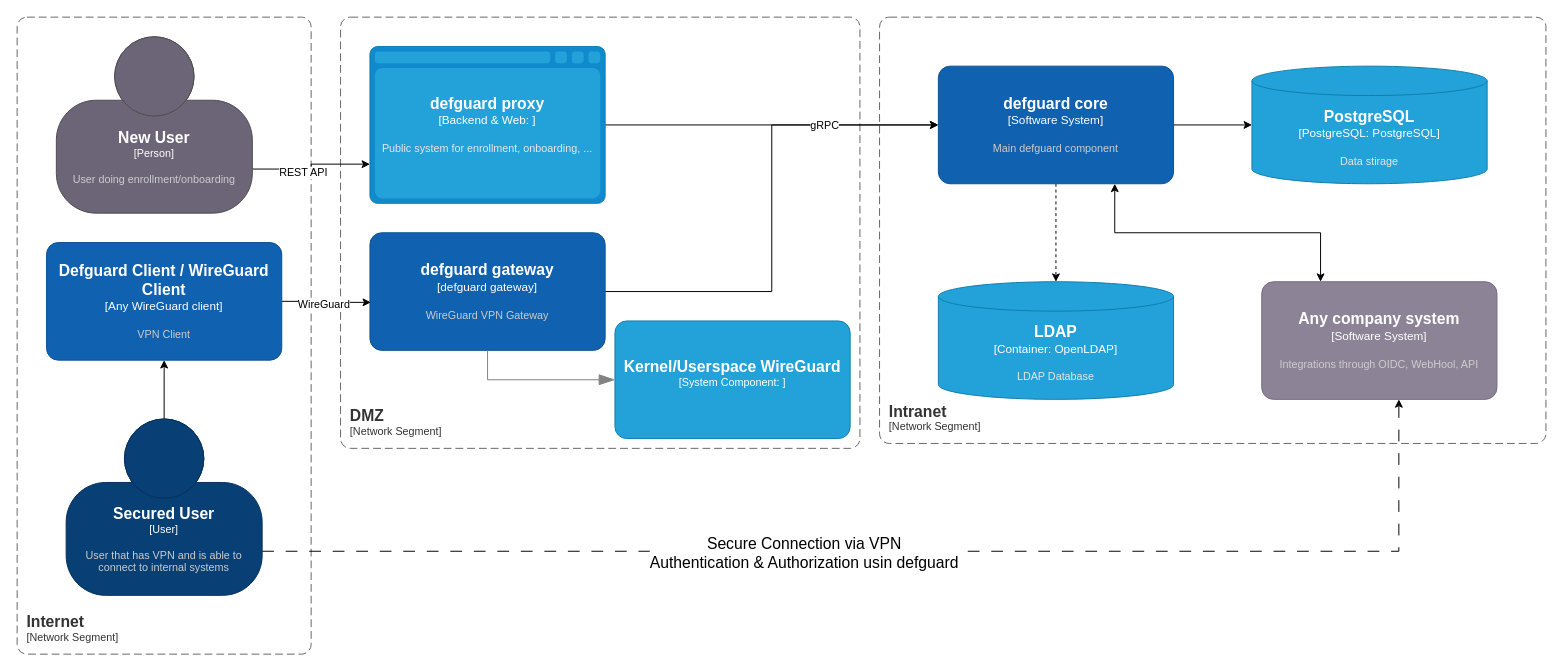
Before: in-depth/defguard.drawio in DefGuard/docs, a draw.io diagram. Source tidied: cells renumbered, new cells numbered last; positions are measured from the earlier drawing's top-left corner, leaving out a move shared by most shapes. Both pictures are drawn from the tidied source at 98%, with x=0, y=0 at pixel (17, 17).
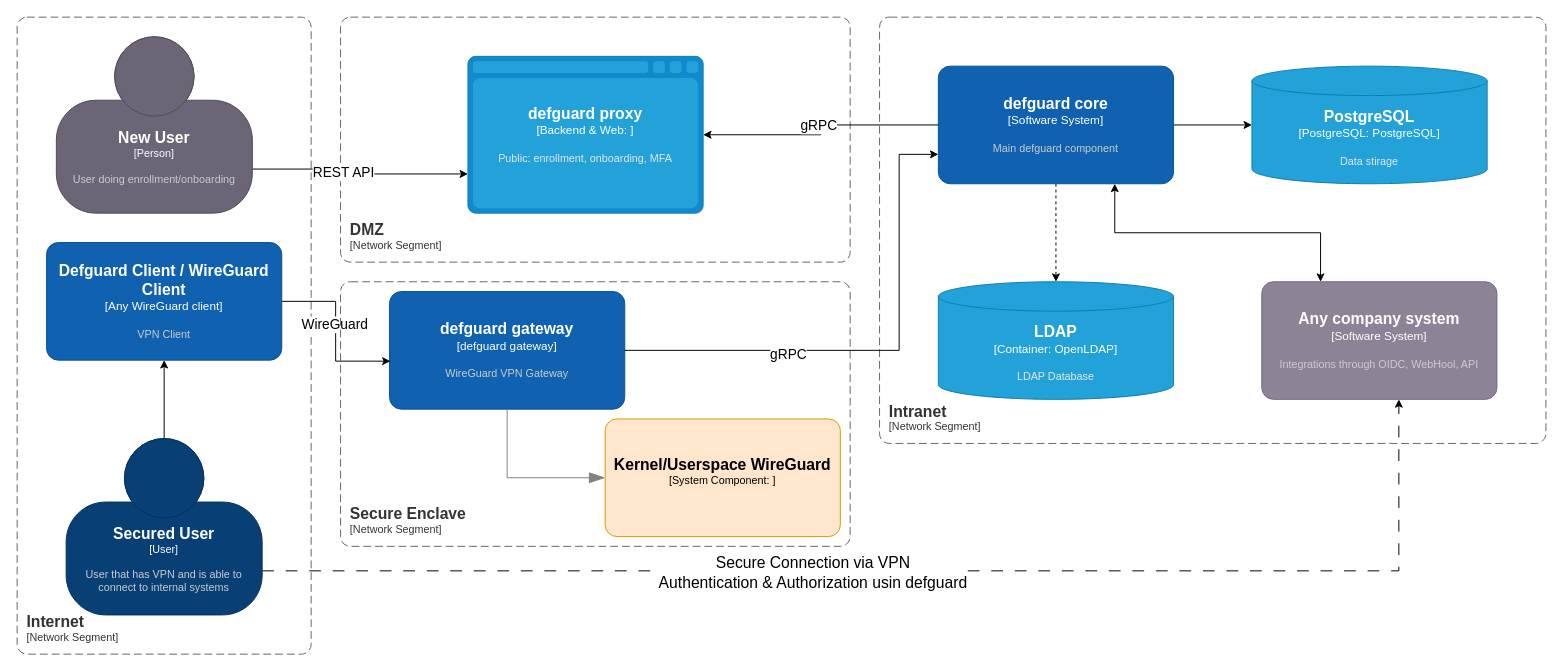
Above is the later version.

The change refers to these unchanged cells:
```xml
<object id="5" label="&lt;font style=&quot;font-size: 16px&quot;&gt;&lt;b&gt;%c4Name%&lt;/b&gt;&lt;/font&gt;&lt;div&gt;[%c4Type%]&lt;/div&gt;&lt;br&gt;&lt;div&gt;&lt;font style=&quot;font-size: 11px&quot;&gt;&lt;font color=&quot;#cccccc&quot;&gt;%c4Description%&lt;/font&gt;&lt;/div&gt;" c4Description="Main defguard component" c4Name="defguard core" c4Type="Software System" placeholders="1">
  <mxCell style="rounded=1;whiteSpace=wrap;html=1;labelBackgroundColor=none;fillColor=#1061B0;fontColor=#ffffff;align=center;arcSize=10;strokeColor=#0D5091;points=[[0.25,0,0],[0.5,0,0],[0.75,0,0],[1,0.25,0],[1,0.5,0],[1,0.75,0],[0.75,1,0],[0.5,1,0],[0.25,1,0],[0,0.75,0],[0,0.5,0],[0,0.25,0]];" parent="1" vertex="1">
    <mxGeometry x="940" y="50" width="240" height="120" as="geometry" />
  </mxCell>
</object>
<mxCell id="20" style="edgeStyle=orthogonalEdgeStyle;rounded=0;jettySize=auto;html=1;exitX=1;exitY=0.5;exitDx=0;exitDy=0;exitPerimeter=0;entryX=0.004;entryY=0.592;entryDx=0;entryDy=0;entryPerimeter=0;" parent="1" edge="1" source="22" target="14">
  <mxGeometry relative="1" as="geometry" />
</mxCell>
<mxCell id="23" style="edgeStyle=orthogonalEdgeStyle;rounded=0;jettySize=auto;html=1;exitX=1;exitY=0.75;exitDx=0;exitDy=0;exitPerimeter=0;entryX=0;entryY=0.75;entryDx=0;entryDy=0;entryPerimeter=0;" parent="1" edge="1" source="25" target="10">
  <mxGeometry relative="1" as="geometry" />
</mxCell>
```

What changed in the source:
```diff
@@
     <object id="8" label="&lt;font style=&quot;font-size: 16px&quot;&gt;&lt;b&gt;&lt;div style=&quot;text-align: left&quot;&gt;%c4Name%&lt;/div&gt;&lt;/b&gt;&lt;/font&gt;&lt;div style=&quot;text-align: left&quot;&gt;[%c4Application%]&lt;/div&gt;" c4Application="Network Segment" c4Name="DMZ" placeholders="1">
       <mxCell style="rounded=1;fontSize=11;whiteSpace=wrap;html=1;dashed=1;arcSize=20;fillColor=none;strokeColor=#666666;fontColor=#333333;labelBackgroundColor=none;align=left;verticalAlign=bottom;labelBorderColor=none;spacingTop=0;spacing=10;dashPattern=8 4;perimeter=rectanglePerimeter;noLabel=0;labelPadding=0;absoluteArcSize=1;" parent="1" vertex="1">
-        <mxGeometry x="330" width="530" height="440" as="geometry" />
+        <mxGeometry x="330" width="520" height="250" as="geometry" />
       </mxCell>
     </object>
-    <mxCell id="9" style="edgeStyle=orthogonalEdgeStyle;rounded=0;jettySize=auto;html=1;entryX=0;entryY=0.5;entryDx=0;entryDy=0;entryPerimeter=0;" parent="1" edge="1" source="10" target="5">
-      <mxGeometry relative="1" as="geometry" />
-    </mxCell>
-    <object id="10" label="&lt;font style=&quot;font-size: 16px&quot;&gt;&lt;b&gt;%c4Type%&lt;/b&gt;&lt;/font&gt;&lt;div&gt;[%c4Container%:&amp;nbsp;%c4Technology%]&lt;/div&gt;&lt;br&gt;&lt;div&gt;&lt;font style=&quot;font-size: 11px&quot;&gt;&lt;font color=&quot;#E6E6E6&quot;&gt;%c4Description%&lt;/font&gt;&lt;/div&gt;" c4Container="Backend &amp; Web" c4Description="Public system for enrollment, onboarding, ..." c4Technology="" c4Type="defguard proxy" placeholders="1">
+    <object id="10" label="&lt;font style=&quot;font-size: 16px&quot;&gt;&lt;b&gt;%c4Type%&lt;/b&gt;&lt;/font&gt;&lt;div&gt;[%c4Container%:&amp;nbsp;%c4Technology%]&lt;/div&gt;&lt;br&gt;&lt;div&gt;&lt;font style=&quot;font-size: 11px&quot;&gt;&lt;font color=&quot;#E6E6E6&quot;&gt;%c4Description%&lt;/font&gt;&lt;/div&gt;" c4Container="Backend &amp; Web" c4Description="Public: enrollment, onboarding, MFA" c4Technology="" c4Type="defguard proxy" placeholders="1">
       <mxCell style="shape=mxgraph.c4.webBrowserContainer2;whiteSpace=wrap;html=1;boundedLbl=1;rounded=0;labelBackgroundColor=none;strokeColor=#118ACD;fillColor=#23A2D9;strokeColor=#118ACD;strokeColor2=#0E7DAD;fontSize=12;fontColor=#ffffff;align=center;points=[[0.5,0,0],[1,0.25,0],[1,0.5,0],[1,0.75,0],[0.5,1,0],[0,0.75,0],[0,0.5,0],[0,0.25,0]];" parent="1" vertex="1">
-        <mxGeometry x="360" y="30" width="240" height="160" as="geometry" />
+        <mxGeometry x="460" y="40" width="240" height="160" as="geometry" />
       </mxCell>
     </object>
@@
-    <mxCell id="12" style="edgeStyle=orthogonalEdgeStyle;rounded=0;jettySize=auto;html=1;exitX=1;exitY=0.5;exitDx=0;exitDy=0;exitPerimeter=0;entryX=0;entryY=0.5;entryDx=0;entryDy=0;entryPerimeter=0;" parent="1" edge="1" source="14" target="5">
-      <mxGeometry relative="1" as="geometry" />
-    </mxCell>
-    <mxCell id="13" value="gRPC" style="edgeLabel;html=1;align=center;verticalAlign=middle;" parent="12" vertex="1">
-      <mxGeometry x="0.54" relative="1" as="geometry" />
-    </mxCell>
     <object id="14" label="&lt;font style=&quot;font-size: 16px&quot;&gt;&lt;b&gt;%c4Name%&lt;/b&gt;&lt;/font&gt;&lt;div&gt;[%c4Type%]&lt;/div&gt;&lt;br&gt;&lt;div&gt;&lt;font style=&quot;font-size: 11px&quot;&gt;&lt;font color=&quot;#cccccc&quot;&gt;%c4Description%&lt;/font&gt;&lt;/div&gt;" c4Description="WireGuard VPN Gateway" c4Name="defguard gateway" c4Type="defguard gateway" placeholders="1">
       <mxCell style="rounded=1;whiteSpace=wrap;html=1;labelBackgroundColor=none;fillColor=#1061B0;fontColor=#ffffff;align=center;arcSize=10;strokeColor=#0D5091;points=[[0.25,0,0],[0.5,0,0],[0.75,0,0],[1,0.25,0],[1,0.5,0],[1,0.75,0],[0.75,1,0],[0.5,1,0],[0.25,1,0],[0,0.75,0],[0,0.5,0],[0,0.25,0]];" parent="1" vertex="1">
-        <mxGeometry x="360" y="220" width="240" height="120" as="geometry" />
+        <mxGeometry x="380" y="280" width="240" height="120" as="geometry" />
       </mxCell>
     </object>
     <object id="15" label="&lt;font style=&quot;font-size: 16px&quot;&gt;&lt;b&gt;%c4Name%&lt;/b&gt;&lt;/font&gt;&lt;div&gt;[%c4Type%: %c4Technology%]&lt;/div&gt;&lt;br&gt;&lt;div&gt;&lt;font style=&quot;font-size: 11px&quot;&gt;&lt;font color=&quot;#E6E6E6&quot;&gt;%c4Description%&lt;/font&gt;&lt;/div&gt;" c4Description="" c4Name="Kernel/Userspace WireGuard" c4Technology="" c4Type="System Component" placeholders="1">
-      <mxCell style="rounded=1;whiteSpace=wrap;html=1;fontSize=11;labelBackgroundColor=none;fillColor=#23A2D9;fontColor=#ffffff;align=center;arcSize=10;strokeColor=#0E7DAD;points=[[0.25,0,0],[0.5,0,0],[0.75,0,0],[1,0.25,0],[1,0.5,0],[1,0.75,0],[0.75,1,0],[0.5,1,0],[0.25,1,0],[0,0.75,0],[0,0.5,0],[0,0.25,0]];" parent="1" vertex="1">
-        <mxGeometry x="610" y="310" width="240" height="120" as="geometry" />
+      <mxCell style="rounded=1;whiteSpace=wrap;html=1;fontSize=11;labelBackgroundColor=none;fillColor=#ffe6cc;align=center;arcSize=10;strokeColor=#d79b00;points=[[0.25,0,0],[0.5,0,0],[0.75,0,0],[1,0.25,0],[1,0.5,0],[1,0.75,0],[0.75,1,0],[0.5,1,0],[0.25,1,0],[0,0.75,0],[0,0.5,0],[0,0.25,0]];" parent="1" vertex="1">
+        <mxGeometry x="600" y="410" width="240" height="120" as="geometry" />
       </mxCell>
     </object>
@@
-    <mxCell id="21" value="WireGuard" style="edgeLabel;html=1;align=center;verticalAlign=middle;" parent="20" vertex="1">
+    <mxCell id="21" value="&lt;font style=&quot;font-size: 14px;&quot;&gt;WireGuard&lt;/font&gt;" style="edgeLabel;html=1;align=center;verticalAlign=middle;" parent="20" vertex="1">
       <mxGeometry x="-0.09" y="-2" relative="1" as="geometry" />
     </mxCell>
@@
-    <mxCell id="24" value="REST API" style="edgeLabel;html=1;align=center;verticalAlign=middle;" parent="23" vertex="1">
+    <mxCell id="24" value="&lt;font style=&quot;font-size: 14px;&quot;&gt;REST API&lt;/font&gt;" style="edgeLabel;html=1;align=center;verticalAlign=middle;" parent="23" vertex="1">
       <mxGeometry x="-0.18" y="-3" relative="1" as="geometry" />
     </mxCell>
@@
     <object id="29" label="&lt;font style=&quot;font-size: 16px&quot;&gt;&lt;b&gt;%c4Name%&lt;/b&gt;&lt;/font&gt;&lt;div&gt;[%c4Type%]&lt;/div&gt;&lt;br&gt;&lt;div&gt;&lt;font style=&quot;font-size: 11px&quot;&gt;&lt;font color=&quot;#cccccc&quot;&gt;%c4Description%&lt;/font&gt;&lt;/div&gt;" c4Description="User that has VPN and is able to connect to internal systems" c4Name="Secured User" c4Type="User" placeholders="1">
       <mxCell style="html=1;fontSize=11;dashed=0;whiteSpace=wrap;fillColor=#083F75;strokeColor=#06315C;fontColor=#ffffff;shape=mxgraph.c4.person2;align=center;points=[[0.5,0,0],[1,0.5,0],[1,0.75,0],[0.75,1,0],[0.5,1,0],[0.25,1,0],[0,0.75,0],[0,0.5,0]];" parent="1" vertex="1">
-        <mxGeometry x="50" y="410" width="200" height="180" as="geometry" />
+        <mxGeometry x="50" y="430" width="200" height="180" as="geometry" />
       </mxCell>
     </object>
+    <object id="30" label="&lt;font style=&quot;font-size: 16px&quot;&gt;&lt;b&gt;&lt;div style=&quot;text-align: left&quot;&gt;%c4Name%&lt;/div&gt;&lt;/b&gt;&lt;/font&gt;&lt;div style=&quot;text-align: left&quot;&gt;[%c4Application%]&lt;/div&gt;" c4Application="Network Segment" c4Name="Secure Enclave" placeholders="1">
+      <mxCell style="rounded=1;fontSize=11;whiteSpace=wrap;html=1;dashed=1;arcSize=20;fillColor=none;strokeColor=#666666;fontColor=#333333;labelBackgroundColor=none;align=left;verticalAlign=bottom;labelBorderColor=none;spacingTop=0;spacing=10;dashPattern=8 4;perimeter=rectanglePerimeter;noLabel=0;labelPadding=0;absoluteArcSize=1;" parent="1" vertex="1">
+        <mxGeometry x="330" y="270" width="520" height="270" as="geometry" />
+      </mxCell>
+    </object>
+    <mxCell id="31" style="edgeStyle=orthogonalEdgeStyle;rounded=0;jettySize=auto;html=1;exitX=0;exitY=0.5;exitDx=0;exitDy=0;exitPerimeter=0;entryX=1;entryY=0.5;entryDx=0;entryDy=0;entryPerimeter=0;" parent="1" edge="1" source="5" target="10">
+      <mxGeometry relative="1" as="geometry" />
+    </mxCell>
+    <mxCell id="32" value="&lt;font style=&quot;font-size: 14px;&quot;&gt;gRPC&lt;/font&gt;" style="edgeLabel;html=1;align=center;verticalAlign=middle;" parent="31" vertex="1">
+      <mxGeometry x="-0.04" y="-3" relative="1" as="geometry" />
+    </mxCell>
+    <mxCell id="12" style="edgeStyle=orthogonalEdgeStyle;rounded=0;jettySize=auto;html=1;entryX=0;entryY=0.75;entryDx=0;entryDy=0;entryPerimeter=0;" parent="1" edge="1" source="14" target="5">
+      <mxGeometry relative="1" as="geometry">
+        <Array as="points">
+          <mxPoint x="900" y="340" />
+          <mxPoint x="900" y="140" />
+        </Array>
+      </mxGeometry>
+    </mxCell>
+    <mxCell id="33" value="&lt;font style=&quot;font-size: 14px;&quot;&gt;gRPC&lt;/font&gt;" style="edgeLabel;html=1;align=center;verticalAlign=middle;" parent="12" vertex="1">
+      <mxGeometry x="-0.36" y="-3" relative="1" as="geometry" />
+    </mxCell>
```
